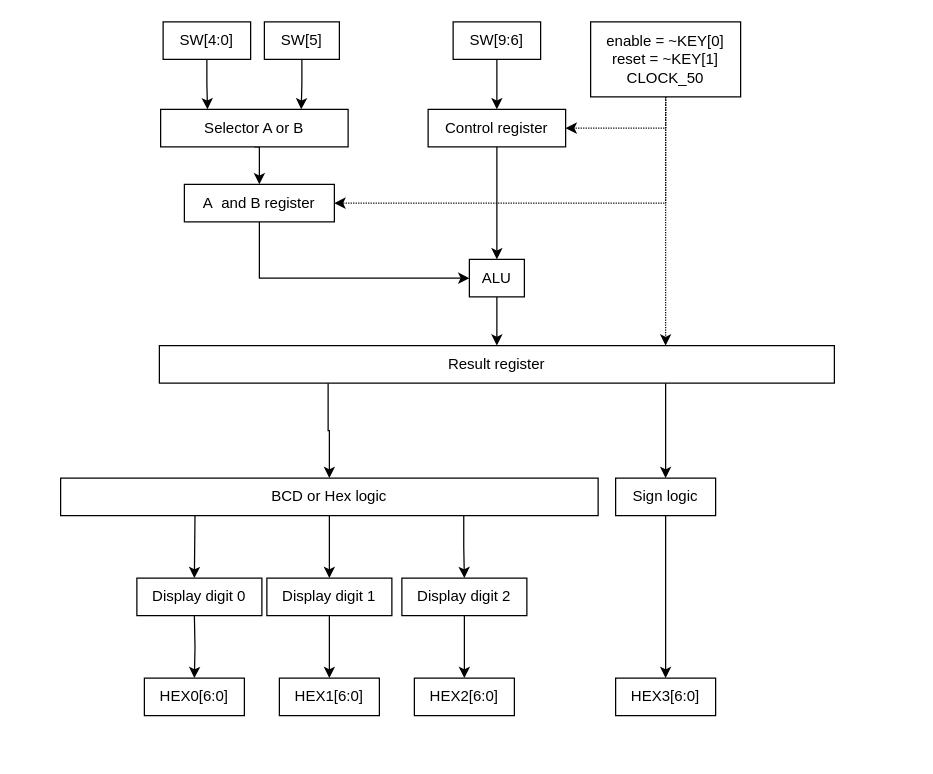
Above: page "Copy of ALU_Display" (6 of 6) of media/Designs.drawio in carloszlopez/DigitalDesignClass (draw.io), before the change. Source tidied: cells renumbered, new cells numbered last; positions are measured from the earlier drawing's top-left corner, leaving out a move shared by most shapes. Both pictures are drawn from the tidied source at 125%, with x=0, y=0 at pixel (60, 21).
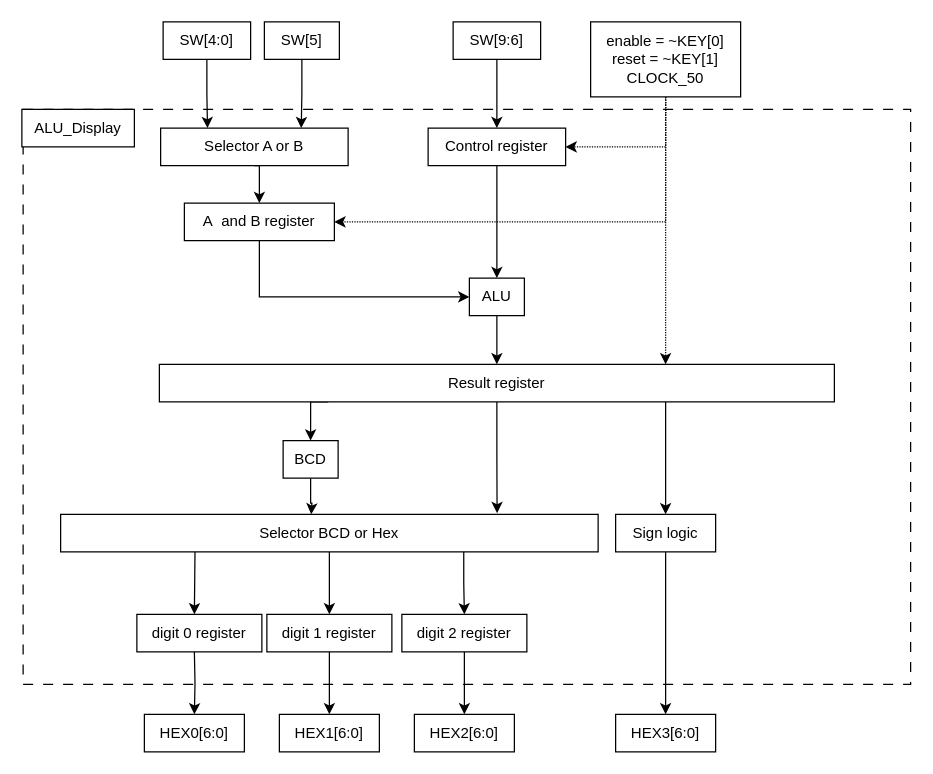
Above is the later version.

What changed in the source:
```diff
@@
+    <mxCell id="39" style="rounded=0;whiteSpace=wrap;html=1;dashed=1;dashPattern=8 8;align=left;" parent="1" vertex="1">
+      <mxGeometry x="-30" y="70" width="710" height="460" as="geometry" />
+    </mxCell>
@@
     <mxCell id="5" value="Selector A or B" style="rounded=0;whiteSpace=wrap;html=1;" parent="1" vertex="1">
-      <mxGeometry x="80" y="70" width="150" height="30" as="geometry" />
+      <mxGeometry x="80" y="85" width="150" height="30" as="geometry" />
     </mxCell>
@@
     <mxCell id="9" value="ALU" style="rounded=0;whiteSpace=wrap;html=1;" parent="1" vertex="1">
-      <mxGeometry x="327" y="190" width="44" height="30" as="geometry" />
+      <mxGeometry x="327" y="205" width="44" height="30" as="geometry" />
     </mxCell>
@@
-    <mxCell id="11" style="edgeStyle=orthogonalEdgeStyle;rounded=0;jettySize=auto;html=1;exitX=0.25;exitY=1;exitDx=0;exitDy=0;entryX=0.5;entryY=0;entryDx=0;entryDy=0;" parent="1" edge="1" source="12" target="18">
+    <mxCell id="11" style="edgeStyle=orthogonalEdgeStyle;rounded=0;jettySize=auto;html=1;exitX=0.25;exitY=1;exitDx=0;exitDy=0;entryX=0.5;entryY=0;entryDx=0;entryDy=0;" parent="1" edge="1" source="12" target="42">
       <mxGeometry relative="1" as="geometry" />
     </mxCell>
+    <mxCell id="40" style="edgeStyle=orthogonalEdgeStyle;rounded=0;jettySize=auto;html=1;entryX=0.812;entryY=-0.033;entryDx=0;entryDy=0;entryPerimeter=0;" parent="1" edge="1" source="12" target="18">
+      <mxGeometry relative="1" as="geometry" />
+    </mxCell>
     <mxCell id="12" value="Result register" style="rounded=0;whiteSpace=wrap;html=1;" parent="1" vertex="1">
-      <mxGeometry x="79" y="259" width="540" height="30" as="geometry" />
+      <mxGeometry x="79" y="274" width="540" height="30" as="geometry" />
     </mxCell>
@@
     <mxCell id="14" value="Sign logic" style="rounded=0;whiteSpace=wrap;html=1;" parent="1" vertex="1">
-      <mxGeometry x="444" y="365" width="80" height="30" as="geometry" />
+      <mxGeometry x="444" y="394" width="80" height="30" as="geometry" />
     </mxCell>
     <mxCell id="15" style="edgeStyle=orthogonalEdgeStyle;rounded=0;jettySize=auto;html=1;entryX=0.5;entryY=0;entryDx=0;entryDy=0;exitX=0.25;exitY=1;exitDx=0;exitDy=0;" parent="1" edge="1" source="18">
       <mxGeometry relative="1" as="geometry">
-        <mxPoint x="107" y="445" as="targetPoint" />
+        <mxPoint x="107" y="474" as="targetPoint" />
       </mxGeometry>
     </mxCell>
@@
-    <mxCell id="18" value="BCD or Hex logic" style="rounded=0;whiteSpace=wrap;html=1;" parent="1" vertex="1">
-      <mxGeometry y="365" width="430" height="30" as="geometry" />
+    <mxCell id="18" value="Selector BCD or Hex" style="rounded=0;whiteSpace=wrap;html=1;" parent="1" vertex="1">
+      <mxGeometry y="394" width="430" height="30" as="geometry" />
     </mxCell>
     <mxCell id="19" style="edgeStyle=orthogonalEdgeStyle;rounded=0;jettySize=auto;html=1;entryX=0.5;entryY=0;entryDx=0;entryDy=0;" parent="1" edge="1" target="25">
       <mxGeometry relative="1" as="geometry">
-        <mxPoint x="107" y="475" as="sourcePoint" />
+        <mxPoint x="107" y="504" as="sourcePoint" />
       </mxGeometry>
     </mxCell>
-    <mxCell id="20" value="Display digit 0" style="rounded=0;whiteSpace=wrap;html=1;" parent="1" vertex="1">
-      <mxGeometry x="61" y="445" width="100" height="30" as="geometry" />
+    <mxCell id="20" value="digit 0 register" style="rounded=0;whiteSpace=wrap;html=1;" parent="1" vertex="1">
+      <mxGeometry x="61" y="474" width="100" height="30" as="geometry" />
     </mxCell>
@@
-    <mxCell id="22" value="Display digit 1" style="rounded=0;whiteSpace=wrap;html=1;" parent="1" vertex="1">
-      <mxGeometry x="165" y="445" width="100" height="30" as="geometry" />
+    <mxCell id="22" value="digit 1 register" style="rounded=0;whiteSpace=wrap;html=1;" parent="1" vertex="1">
+      <mxGeometry x="165" y="474" width="100" height="30" as="geometry" />
     </mxCell>
@@
-    <mxCell id="24" value="Display digit 2" style="rounded=0;whiteSpace=wrap;html=1;" parent="1" vertex="1">
-      <mxGeometry x="273" y="445" width="100" height="30" as="geometry" />
+    <mxCell id="24" value="digit 2 register" style="rounded=0;whiteSpace=wrap;html=1;" parent="1" vertex="1">
+      <mxGeometry x="273" y="474" width="100" height="30" as="geometry" />
     </mxCell>
     <mxCell id="25" value="HEX0[6:0]" style="rounded=0;whiteSpace=wrap;html=1;" parent="1" vertex="1">
-      <mxGeometry x="67" y="525" width="80" height="30" as="geometry" />
+      <mxGeometry x="67" y="554" width="80" height="30" as="geometry" />
     </mxCell>
     <mxCell id="26" value="HEX1[6:0]" style="rounded=0;whiteSpace=wrap;html=1;" parent="1" vertex="1">
-      <mxGeometry x="175" y="525" width="80" height="30" as="geometry" />
+      <mxGeometry x="175" y="554" width="80" height="30" as="geometry" />
     </mxCell>
     <mxCell id="27" value="HEX2[6:0]" style="rounded=0;whiteSpace=wrap;html=1;" parent="1" vertex="1">
-      <mxGeometry x="283" y="525" width="80" height="30" as="geometry" />
+      <mxGeometry x="283" y="554" width="80" height="30" as="geometry" />
     </mxCell>
     <mxCell id="28" value="HEX3[6:0]" style="rounded=0;whiteSpace=wrap;html=1;" parent="1" vertex="1">
-      <mxGeometry x="444" y="525" width="80" height="30" as="geometry" />
+      <mxGeometry x="444" y="554" width="80" height="30" as="geometry" />
     </mxCell>
@@
     <mxCell id="36" value="Control register" style="rounded=0;whiteSpace=wrap;html=1;" parent="1" vertex="1">
-      <mxGeometry x="294" y="70" width="110" height="30" as="geometry" />
+      <mxGeometry x="294" y="85" width="110" height="30" as="geometry" />
     </mxCell>
@@
     <mxCell id="38" value="A&amp;nbsp; and B register" style="rounded=0;whiteSpace=wrap;html=1;" parent="1" vertex="1">
-      <mxGeometry x="99" y="130" width="120" height="30" as="geometry" />
+      <mxGeometry x="99" y="145" width="120" height="30" as="geometry" />
     </mxCell>
+    <mxCell id="41" style="edgeStyle=orthogonalEdgeStyle;rounded=0;jettySize=auto;html=1;entryX=0.25;entryY=0;entryDx=0;entryDy=0;" parent="1" edge="1" source="42">
+      <mxGeometry relative="1" as="geometry">
+        <mxPoint x="200.5" y="394" as="targetPoint" />
+      </mxGeometry>
+    </mxCell>
+    <mxCell id="42" value="BCD" style="rounded=0;whiteSpace=wrap;html=1;" parent="1" vertex="1">
+      <mxGeometry x="178" y="335" width="44" height="30" as="geometry" />
+    </mxCell>
+    <mxCell id="43" value="ALU_Display" style="rounded=0;whiteSpace=wrap;html=1;" parent="1" vertex="1">
+      <mxGeometry x="-31" y="70" width="90" height="30" as="geometry" />
+    </mxCell>
```
